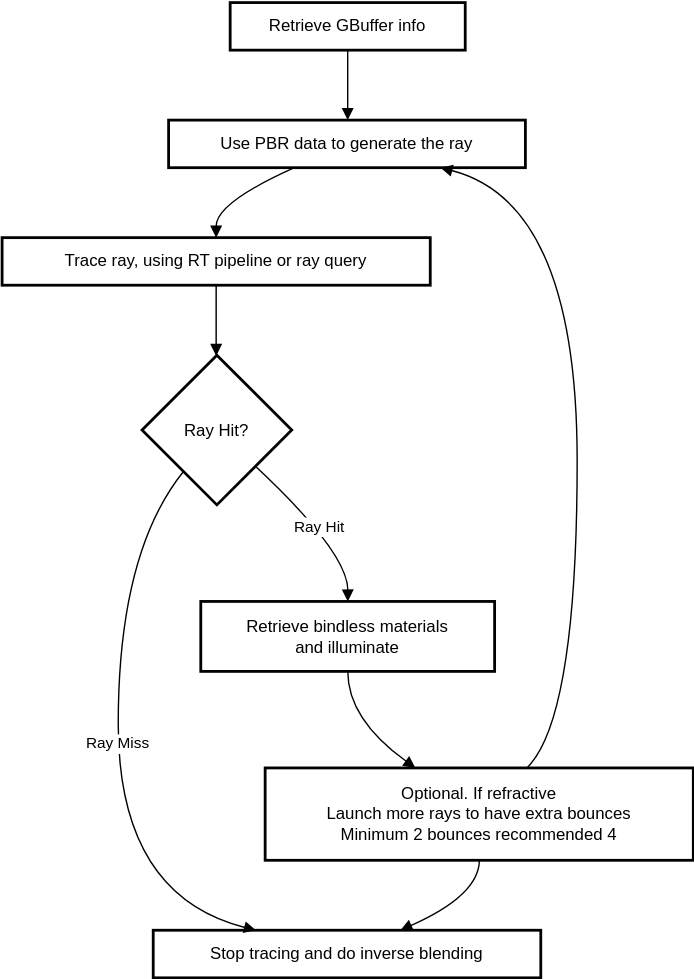
Above: content/learning-paths/smartphones-and-mobile/ray_tracing/images/refractions_algorithm_diagram.drawio.svg in ArmDeveloperEcosystem/arm-learning-paths (draw.io), before the change. Source tidied: cells renumbered, new cells last; positions are measured from the earlier drawing's top-left corner, leaving out a move shared by most shapes.
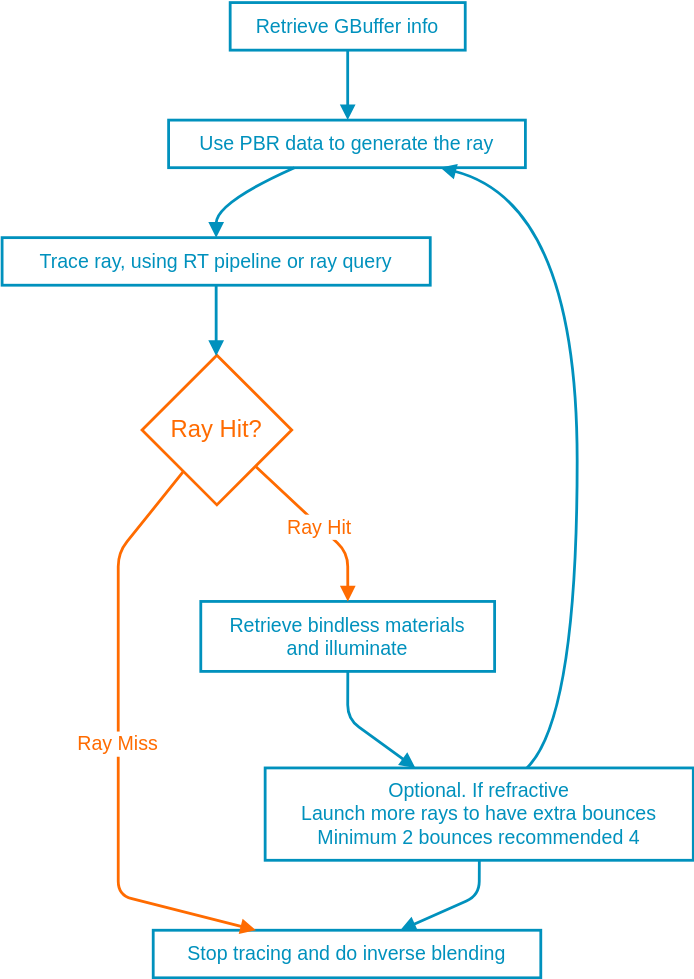
After the change.

The edit, as a diff of the source:
```diff
@@ -2,41 +2,41 @@
   <root>
     <mxCell id="0" />
     <mxCell id="1" parent="0" />
-    <mxCell id="2" value="Retrieve GBuffer info" style="whiteSpace=wrap;strokeWidth=2;" parent="1" vertex="1">
+    <mxCell id="2" value="Retrieve GBuffer info" style="whiteSpace=wrap;strokeWidth=2;strokeColor=#0091BD;fontSize=14;fontColor=#0091BD;fillColor=default;" parent="1" vertex="1">
       <mxGeometry x="163" width="168" height="34" as="geometry" />
     </mxCell>
-    <mxCell id="3" value="Use PBR data to generate the ray" style="whiteSpace=wrap;strokeWidth=2;" parent="1" vertex="1">
+    <mxCell id="3" value="Use PBR data to generate the ray" style="whiteSpace=wrap;strokeWidth=2;strokeColor=#0091BD;fontSize=14;fontColor=#0091BD;fillColor=default;" parent="1" vertex="1">
       <mxGeometry x="119" y="84" width="255" height="34" as="geometry" />
     </mxCell>
-    <mxCell id="4" value="Trace ray, using RT pipeline or ray query" style="whiteSpace=wrap;strokeWidth=2;" parent="1" vertex="1">
+    <mxCell id="4" value="Trace ray, using RT pipeline or ray query" style="whiteSpace=wrap;strokeWidth=2;strokeColor=#0091BD;fontSize=14;fontColor=#0091BD;fillColor=default;" parent="1" vertex="1">
       <mxGeometry y="168" width="306" height="34" as="geometry" />
     </mxCell>
-    <mxCell id="5" value="Ray Hit?" style="rhombus;strokeWidth=2;whiteSpace=wrap;" parent="1" vertex="1">
+    <mxCell id="5" value="Ray Hit?" style="rhombus;strokeWidth=2;whiteSpace=wrap;strokeColor=#FF6B00;fontColor=#FF6B00;fillColor=default;fontSize=17;" parent="1" vertex="1">
       <mxGeometry x="100" y="252" width="107" height="107" as="geometry" />
     </mxCell>
-    <mxCell id="6" value="Retrieve bindless materials &#10; and illuminate" style="whiteSpace=wrap;strokeWidth=2;" parent="1" vertex="1">
+    <mxCell id="6" value="Retrieve bindless materials &#10; and illuminate" style="whiteSpace=wrap;strokeWidth=2;strokeColor=#0091BD;fontSize=14;fontColor=#0091BD;fillColor=default;" parent="1" vertex="1">
       <mxGeometry x="142" y="428" width="210" height="50" as="geometry" />
     </mxCell>
-    <mxCell id="7" value="Stop tracing and do inverse blending" style="whiteSpace=wrap;strokeWidth=2;" parent="1" vertex="1">
+    <mxCell id="7" value="Stop tracing and do inverse blending" style="whiteSpace=wrap;strokeWidth=2;strokeColor=#0091BD;fontSize=14;fontColor=#0091BD;fillColor=default;" parent="1" vertex="1">
       <mxGeometry x="108" y="663" width="277" height="34" as="geometry" />
     </mxCell>
-    <mxCell id="8" value="Optional. If refractive &#10; Launch more rays to have extra bounces &#10; Minimum 2 bounces recommended 4" style="whiteSpace=wrap;strokeWidth=2;" parent="1" vertex="1">
+    <mxCell id="8" value="Optional. If refractive &#10; Launch more rays to have extra bounces &#10; Minimum 2 bounces recommended 4" style="whiteSpace=wrap;strokeWidth=2;strokeColor=#0091BD;fontSize=14;fontColor=#0091BD;fillColor=default;" parent="1" vertex="1">
       <mxGeometry x="188" y="547" width="306" height="66" as="geometry" />
     </mxCell>
-    <mxCell id="9" style="curved=1;startArrow=none;endArrow=block;exitX=0.4999302455357143;exitY=1;entryX=0.5019148284313726;entryY=0;rounded=0;" parent="1" edge="1" source="2" target="3">
+    <mxCell id="9" style="curved=1;startArrow=none;endArrow=block;exitX=0.4999302455357143;exitY=1;entryX=0.5019148284313726;entryY=0;rounded=0;strokeColor=#0091BD;strokeWidth=2;" parent="1" edge="1" source="2" target="3">
       <mxGeometry relative="1" as="geometry" />
     </mxCell>
-    <mxCell id="10" style="curved=1;startArrow=none;endArrow=block;exitX=0.3527146796218488;exitY=1;entryX=0.49997446895424835;entryY=0;rounded=0;" parent="1" edge="1" source="3" target="4">
+    <mxCell id="10" style="curved=1;startArrow=none;endArrow=block;exitX=0.3527146796218488;exitY=1;entryX=0.49997446895424835;entryY=0;rounded=0;strokeColor=#0091BD;strokeWidth=2;" parent="1" edge="1" source="3" target="4">
       <mxGeometry relative="1" as="geometry">
         <Array as="points">
           <mxPoint x="153" y="143" />
         </Array>
       </mxGeometry>
     </mxCell>
-    <mxCell id="11" style="curved=1;startArrow=none;endArrow=block;exitX=0.49997446895424835;exitY=1;entryX=0.49525408878504673;entryY=0;rounded=0;" parent="1" edge="1" source="4" target="5">
+    <mxCell id="11" style="curved=1;startArrow=none;endArrow=block;exitX=0.49997446895424835;exitY=1;entryX=0.49525408878504673;entryY=0;rounded=0;strokeColor=#0091BD;strokeWidth=2;" parent="1" edge="1" source="4" target="5">
       <mxGeometry relative="1" as="geometry" />
     </mxCell>
-    <mxCell id="12" value="Ray Miss" style="curved=1;startArrow=none;endArrow=block;exitX=0.0983218641330689;exitY=0.9981746495327103;entryX=0.26225731154375104;entryY=-0.0057444852941176475;rounded=0;" parent="1" edge="1" source="5" target="7">
+    <mxCell id="12" value="Ray Miss" style="curved=0;startArrow=none;endArrow=block;exitX=0.0983218641330689;exitY=0.9981746495327103;entryX=0.26225731154375104;entryY=-0.0057444852941176475;rounded=1;strokeColor=#FF6B00;strokeWidth=2;fontColor=#FF6B00;fontSize=14;" parent="1" edge="1" source="5" target="7">
       <mxGeometry relative="1" as="geometry">
         <Array as="points">
           <mxPoint x="83" y="393" />
@@ -44,21 +44,21 @@
         </Array>
       </mxGeometry>
     </mxCell>
-    <mxCell id="13" value="Ray Hit" style="curved=1;startArrow=none;endArrow=block;exitX=0.9943414135514018;exitY=0.9653441828552932;entryX=0.500399925595238;entryY=-0.00390625;rounded=0;" parent="1" edge="1" source="5" target="6">
-      <mxGeometry relative="1" as="geometry">
+    <mxCell id="13" value="Ray Hit" style="curved=0;startArrow=none;endArrow=block;exitX=0.9943414135514018;exitY=0.9653441828552932;entryX=0.500399925595238;entryY=-0.00390625;rounded=1;strokeColor=#FF6B00;strokeWidth=2;fontSize=14;fontColor=#FF6B00;" parent="1" edge="1" source="5" target="6">
+      <mxGeometry x="0.01" relative="1" as="geometry">
         <Array as="points">
           <mxPoint x="247" y="393" />
         </Array>
       </mxGeometry>
     </mxCell>
-    <mxCell id="14" style="curved=1;startArrow=none;endArrow=block;exitX=0.500399925595238;exitY=0.99609375;entryX=0.35008638003812637;entryY=-0.002959280303030303;rounded=0;" parent="1" edge="1" source="6" target="8">
+    <mxCell id="14" style="curved=0;startArrow=none;endArrow=block;exitX=0.500399925595238;exitY=0.99609375;entryX=0.35008638003812637;entryY=-0.002959280303030303;rounded=1;strokeColor=#0091BD;strokeWidth=2;" parent="1" edge="1" source="6" target="8">
       <mxGeometry relative="1" as="geometry">
         <Array as="points">
           <mxPoint x="247" y="512" />
         </Array>
       </mxGeometry>
     </mxCell>
-    <mxCell id="15" style="curved=1;startArrow=none;endArrow=block;exitX=0.6119554795297749;exitY=-0.002959280303030303;entryX=0.7622353889472454;entryY=1;rounded=0;" parent="1" edge="1" source="8" target="3">
+    <mxCell id="15" style="curved=1;startArrow=none;endArrow=block;exitX=0.6119554795297749;exitY=-0.002959280303030303;entryX=0.7622353889472454;entryY=1;rounded=0;strokeColor=#0091BD;strokeWidth=2;" parent="1" edge="1" source="8" target="3">
       <mxGeometry relative="1" as="geometry">
         <Array as="points">
           <mxPoint x="411" y="512" />
@@ -66,7 +66,7 @@
         </Array>
       </mxGeometry>
     </mxCell>
-    <mxCell id="16" style="curved=1;startArrow=none;endArrow=block;exitX=0.5002616932189542;exitY=0.9970407196969697;entryX=0.6392529103812102;entryY=-0.0057444852941176475;rounded=0;" parent="1" edge="1" source="8" target="7">
+    <mxCell id="16" style="curved=0;startArrow=none;endArrow=block;exitX=0.5002616932189542;exitY=0.9970407196969697;entryX=0.6392529103812102;entryY=-0.0057444852941176475;rounded=1;strokeColor=#0091BD;strokeWidth=2;" parent="1" edge="1" source="8" target="7">
       <mxGeometry relative="1" as="geometry">
         <Array as="points">
           <mxPoint x="341" y="638" />
```
